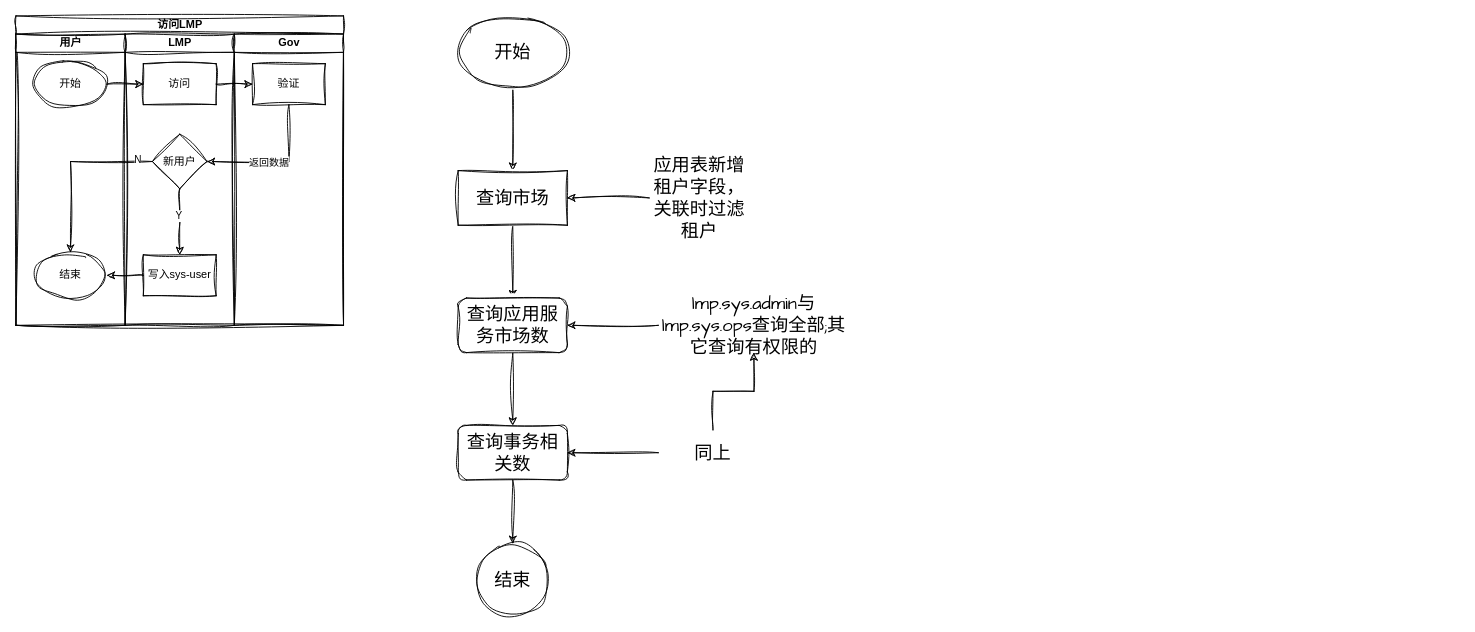
Earlier version of the draw.io diagram LMP多租户.drawio (zhouziqian/draw). Source tidied: cells renumbered, new cells numbered last; positions are measured from the earlier drawing's top-left corner, leaving out a move shared by most shapes. Both pictures are drawn from the tidied source at 91%, with x=0, y=0 at pixel (15, 15).
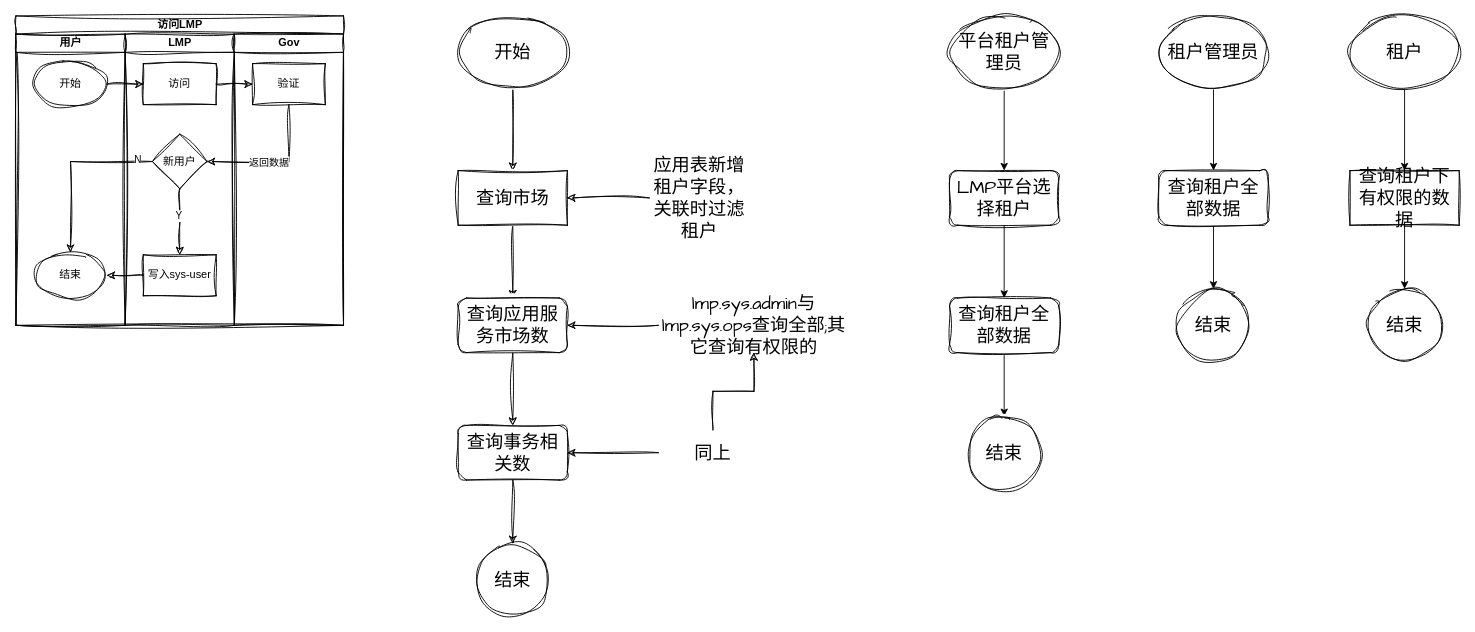
The same page after the edit.

Diff of the diagram source:
```diff
@@
+    <mxCell id="37" style="edgeStyle=orthogonalEdgeStyle;rounded=0;jettySize=auto;html=1;" parent="1" edge="1" source="38" target="42">
+      <mxGeometry relative="1" as="geometry" />
+    </mxCell>
+    <mxCell id="38" value="平台租户管理员" style="ellipse;whiteSpace=wrap;html=1;sketch=1;hachureGap=4;jiggle=2;curveFitting=1;fontFamily=Architects Daughter;fontSize=20;" parent="1" vertex="1">
+      <mxGeometry x="1026" width="120" height="80" as="geometry" />
+    </mxCell>
+    <mxCell id="39" style="edgeStyle=orthogonalEdgeStyle;rounded=0;jettySize=auto;html=1;" parent="1" edge="1" source="40" target="46">
+      <mxGeometry relative="1" as="geometry" />
+    </mxCell>
+    <mxCell id="40" value="租户管理员" style="ellipse;whiteSpace=wrap;html=1;sketch=1;hachureGap=4;jiggle=2;curveFitting=1;fontFamily=Architects Daughter;fontSize=20;" parent="1" vertex="1">
+      <mxGeometry x="1256" width="120" height="80" as="geometry" />
+    </mxCell>
+    <mxCell id="41" style="edgeStyle=orthogonalEdgeStyle;rounded=0;jettySize=auto;html=1;" parent="1" edge="1" source="42" target="44">
+      <mxGeometry relative="1" as="geometry" />
+    </mxCell>
+    <mxCell id="42" value="LMP平台选择租户" style="rounded=1;whiteSpace=wrap;html=1;fontSize=20;fontFamily=Architects Daughter;sketch=1;hachureGap=4;jiggle=2;curveFitting=1;" parent="1" vertex="1">
+      <mxGeometry x="1026" y="170" width="120" height="60" as="geometry" />
+    </mxCell>
+    <mxCell id="43" style="edgeStyle=orthogonalEdgeStyle;rounded=0;jettySize=auto;html=1;" parent="1" edge="1" source="44" target="47">
+      <mxGeometry relative="1" as="geometry" />
+    </mxCell>
+    <mxCell id="44" value="查询租户全部数据" style="rounded=1;whiteSpace=wrap;html=1;fontSize=20;fontFamily=Architects Daughter;sketch=1;hachureGap=4;jiggle=2;curveFitting=1;" parent="1" vertex="1">
+      <mxGeometry x="1026" y="310" width="120" height="60" as="geometry" />
+    </mxCell>
+    <mxCell id="45" style="edgeStyle=orthogonalEdgeStyle;rounded=0;jettySize=auto;html=1;" parent="1" edge="1" source="46" target="48">
+      <mxGeometry relative="1" as="geometry" />
+    </mxCell>
+    <mxCell id="46" value="查询租户全部数据" style="rounded=1;whiteSpace=wrap;html=1;fontSize=20;fontFamily=Architects Daughter;sketch=1;hachureGap=4;jiggle=2;curveFitting=1;" parent="1" vertex="1">
+      <mxGeometry x="1256" y="170" width="120" height="60" as="geometry" />
+    </mxCell>
+    <mxCell id="47" value="结束" style="ellipse;whiteSpace=wrap;html=1;fontSize=20;fontFamily=Architects Daughter;rounded=1;sketch=1;hachureGap=4;jiggle=2;curveFitting=1;" parent="1" vertex="1">
+      <mxGeometry x="1046" y="440" width="80" height="80" as="geometry" />
+    </mxCell>
+    <mxCell id="48" value="结束" style="ellipse;whiteSpace=wrap;html=1;fontSize=20;fontFamily=Architects Daughter;rounded=1;sketch=1;hachureGap=4;jiggle=2;curveFitting=1;" parent="1" vertex="1">
+      <mxGeometry x="1276" y="300" width="80" height="80" as="geometry" />
+    </mxCell>
+    <mxCell id="49" style="edgeStyle=orthogonalEdgeStyle;rounded=0;jettySize=auto;html=1;" parent="1" edge="1" source="50" target="52">
+      <mxGeometry relative="1" as="geometry" />
+    </mxCell>
+    <mxCell id="50" value="租户" style="ellipse;whiteSpace=wrap;html=1;sketch=1;hachureGap=4;jiggle=2;curveFitting=1;fontFamily=Architects Daughter;fontSize=20;" parent="1" vertex="1">
+      <mxGeometry x="1466" width="120" height="80" as="geometry" />
+    </mxCell>
+    <mxCell id="51" style="edgeStyle=orthogonalEdgeStyle;rounded=0;jettySize=auto;html=1;" parent="1" edge="1" source="52" target="53">
+      <mxGeometry relative="1" as="geometry" />
+    </mxCell>
+    <mxCell id="52" value="查询租户下有权限的数据" style="whiteSpace=wrap;html=1;fontSize=20;fontFamily=Architects Daughter;sketch=1;hachureGap=4;jiggle=2;curveFitting=1;" parent="1" vertex="1">
+      <mxGeometry x="1466" y="170" width="120" height="60" as="geometry" />
+    </mxCell>
+    <mxCell id="53" value="结束" style="ellipse;whiteSpace=wrap;html=1;fontSize=20;fontFamily=Architects Daughter;sketch=1;hachureGap=4;jiggle=2;curveFitting=1;" parent="1" vertex="1">
+      <mxGeometry x="1486" y="300" width="80" height="80" as="geometry" />
+    </mxCell>
```
